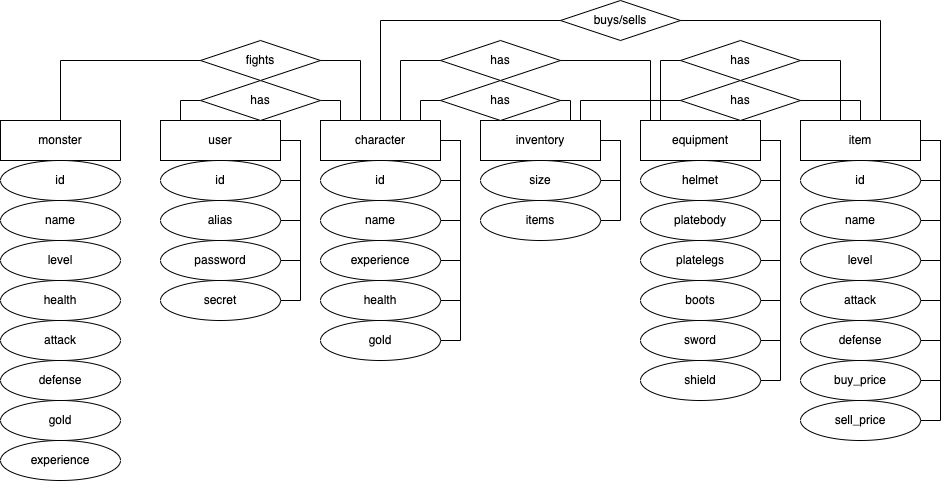
The draw.io diagram Softwaredesign-EntityRelationship.drawio.png in skotnikovda/simple-rpg-server, before a commit. Source tidied: cells renumbered, new cells last; positions are measured from the earlier drawing's top-left corner, leaving out a move shared by most shapes.
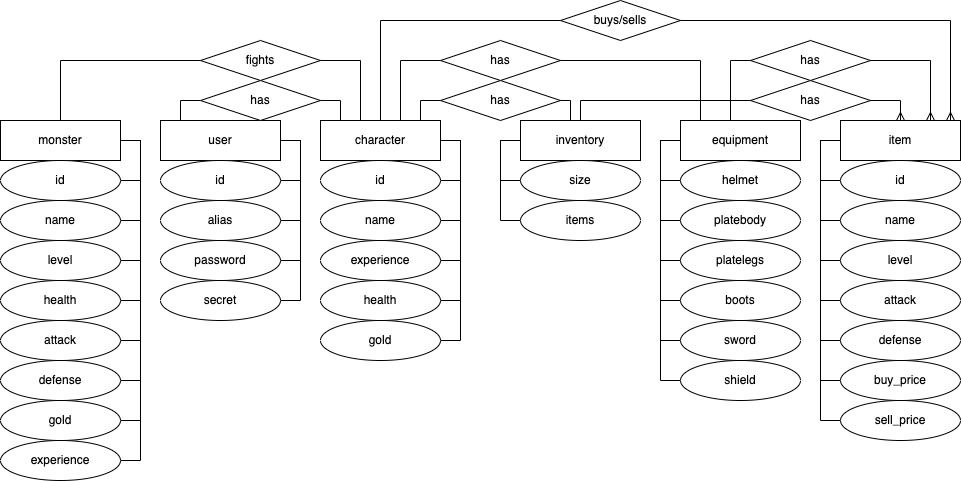
The same file after the commit.

Diff of the diagram source:
```diff
@@ -43,58 +43,58 @@
       <mxGeometry x="320" y="320" width="120" height="40" as="geometry" />
     </mxCell>
     <mxCell id="14" value="inventory" style="whiteSpace=wrap;html=1;align=center;" parent="1" vertex="1">
-      <mxGeometry x="480" y="120" width="120" height="40" as="geometry" />
+      <mxGeometry x="520" y="120" width="120" height="40" as="geometry" />
     </mxCell>
     <mxCell id="15" value="size" style="ellipse;whiteSpace=wrap;html=1;align=center;" parent="1" vertex="1">
-      <mxGeometry x="480" y="160" width="120" height="40" as="geometry" />
+      <mxGeometry x="520" y="160" width="120" height="40" as="geometry" />
     </mxCell>
     <mxCell id="16" value="items" style="ellipse;whiteSpace=wrap;html=1;align=center;" parent="1" vertex="1">
-      <mxGeometry x="480" y="200" width="120" height="40" as="geometry" />
+      <mxGeometry x="520" y="200" width="120" height="40" as="geometry" />
     </mxCell>
     <mxCell id="17" value="helmet" style="ellipse;whiteSpace=wrap;html=1;align=center;" parent="1" vertex="1">
-      <mxGeometry x="640" y="160" width="120" height="40" as="geometry" />
+      <mxGeometry x="680" y="160" width="120" height="40" as="geometry" />
     </mxCell>
     <mxCell id="18" value="equipment" style="whiteSpace=wrap;html=1;align=center;" parent="1" vertex="1">
-      <mxGeometry x="640" y="120" width="120" height="40" as="geometry" />
+      <mxGeometry x="680" y="120" width="120" height="40" as="geometry" />
     </mxCell>
     <mxCell id="19" value="platebody" style="ellipse;whiteSpace=wrap;html=1;align=center;" parent="1" vertex="1">
-      <mxGeometry x="640" y="200" width="120" height="40" as="geometry" />
+      <mxGeometry x="680" y="200" width="120" height="40" as="geometry" />
     </mxCell>
     <mxCell id="20" value="platelegs" style="ellipse;whiteSpace=wrap;html=1;align=center;" parent="1" vertex="1">
-      <mxGeometry x="640" y="240" width="120" height="40" as="geometry" />
+      <mxGeometry x="680" y="240" width="120" height="40" as="geometry" />
     </mxCell>
     <mxCell id="21" value="boots" style="ellipse;whiteSpace=wrap;html=1;align=center;" parent="1" vertex="1">
-      <mxGeometry x="640" y="280" width="120" height="40" as="geometry" />
+      <mxGeometry x="680" y="280" width="120" height="40" as="geometry" />
     </mxCell>
     <mxCell id="22" value="sword" style="ellipse;whiteSpace=wrap;html=1;align=center;" parent="1" vertex="1">
-      <mxGeometry x="640" y="320" width="120" height="40" as="geometry" />
+      <mxGeometry x="680" y="320" width="120" height="40" as="geometry" />
     </mxCell>
     <mxCell id="23" value="shield" style="ellipse;whiteSpace=wrap;html=1;align=center;" parent="1" vertex="1">
-      <mxGeometry x="640" y="360" width="120" height="40" as="geometry" />
+      <mxGeometry x="680" y="360" width="120" height="40" as="geometry" />
     </mxCell>
     <mxCell id="24" value="item" style="whiteSpace=wrap;html=1;align=center;" parent="1" vertex="1">
-      <mxGeometry x="800" y="120" width="120" height="40" as="geometry" />
+      <mxGeometry x="840" y="120" width="120" height="40" as="geometry" />
     </mxCell>
     <mxCell id="25" value="id" style="ellipse;whiteSpace=wrap;html=1;align=center;" parent="1" vertex="1">
-      <mxGeometry x="800" y="160" width="120" height="40" as="geometry" />
+      <mxGeometry x="840" y="160" width="120" height="40" as="geometry" />
     </mxCell>
     <mxCell id="26" value="name" style="ellipse;whiteSpace=wrap;html=1;align=center;" parent="1" vertex="1">
-      <mxGeometry x="800" y="200" width="120" height="40" as="geometry" />
+      <mxGeometry x="840" y="200" width="120" height="40" as="geometry" />
     </mxCell>
     <mxCell id="27" value="level" style="ellipse;whiteSpace=wrap;html=1;align=center;" parent="1" vertex="1">
-      <mxGeometry x="800" y="240" width="120" height="40" as="geometry" />
+      <mxGeometry x="840" y="240" width="120" height="40" as="geometry" />
     </mxCell>
     <mxCell id="28" value="attack" style="ellipse;whiteSpace=wrap;html=1;align=center;" parent="1" vertex="1">
-      <mxGeometry x="800" y="280" width="120" height="40" as="geometry" />
+      <mxGeometry x="840" y="280" width="120" height="40" as="geometry" />
     </mxCell>
     <mxCell id="29" value="defense" style="ellipse;whiteSpace=wrap;html=1;align=center;" parent="1" vertex="1">
-      <mxGeometry x="800" y="320" width="120" height="40" as="geometry" />
+      <mxGeometry x="840" y="320" width="120" height="40" as="geometry" />
     </mxCell>
     <mxCell id="30" value="buy_price" style="ellipse;whiteSpace=wrap;html=1;align=center;" parent="1" vertex="1">
-      <mxGeometry x="800" y="360" width="120" height="40" as="geometry" />
+      <mxGeometry x="840" y="360" width="120" height="40" as="geometry" />
     </mxCell>
     <mxCell id="31" value="sell_price" style="ellipse;whiteSpace=wrap;html=1;align=center;" parent="1" vertex="1">
-      <mxGeometry x="800" y="400" width="120" height="40" as="geometry" />
+      <mxGeometry x="840" y="400" width="120" height="40" as="geometry" />
     </mxCell>
     <mxCell id="32" value="monster" style="whiteSpace=wrap;html=1;align=center;" parent="1" vertex="1">
       <mxGeometry y="120" width="120" height="40" as="geometry" />
@@ -208,8 +208,8 @@
     <mxCell id="52" style="edgeStyle=orthogonalEdgeStyle;rounded=0;jettySize=auto;html=1;endArrow=none;endFill=0;" parent="1" edge="1" source="14" target="15">
       <mxGeometry relative="1" as="geometry">
         <Array as="points">
-          <mxPoint x="620" y="140" />
-          <mxPoint x="620" y="180" />
+          <mxPoint x="500" y="140" />
+          <mxPoint x="500" y="180" />
         </Array>
       </mxGeometry>
     </mxCell>
@@ -226,8 +226,8 @@
     <mxCell id="55" style="edgeStyle=orthogonalEdgeStyle;rounded=0;jettySize=auto;html=1;endArrow=none;endFill=0;" parent="1" edge="1" source="14" target="16">
       <mxGeometry relative="1" as="geometry">
         <Array as="points">
-          <mxPoint x="620" y="140" />
-          <mxPoint x="620" y="220" />
+          <mxPoint x="500" y="140" />
+          <mxPoint x="500" y="220" />
         </Array>
       </mxGeometry>
     </mxCell>
@@ -241,104 +241,104 @@
     <mxCell id="57" style="edgeStyle=orthogonalEdgeStyle;rounded=0;jettySize=auto;html=1;endArrow=none;endFill=0;" parent="1" edge="1" source="18" target="17">
       <mxGeometry relative="1" as="geometry">
         <Array as="points">
-          <mxPoint x="780" y="140" />
-          <mxPoint x="780" y="180" />
+          <mxPoint x="660" y="140" />
+          <mxPoint x="660" y="180" />
         </Array>
       </mxGeometry>
     </mxCell>
     <mxCell id="58" style="edgeStyle=orthogonalEdgeStyle;rounded=0;jettySize=auto;html=1;endArrow=none;endFill=0;" parent="1" edge="1" source="18" target="19">
       <mxGeometry relative="1" as="geometry">
         <Array as="points">
-          <mxPoint x="780" y="140" />
-          <mxPoint x="780" y="220" />
+          <mxPoint x="660" y="140" />
+          <mxPoint x="660" y="220" />
         </Array>
       </mxGeometry>
     </mxCell>
     <mxCell id="59" style="edgeStyle=orthogonalEdgeStyle;rounded=0;jettySize=auto;html=1;endArrow=none;endFill=0;" parent="1" edge="1" source="18" target="20">
       <mxGeometry relative="1" as="geometry">
         <Array as="points">
-          <mxPoint x="780" y="140" />
-          <mxPoint x="780" y="260" />
+          <mxPoint x="660" y="140" />
+          <mxPoint x="660" y="260" />
         </Array>
       </mxGeometry>
     </mxCell>
     <mxCell id="60" style="edgeStyle=orthogonalEdgeStyle;rounded=0;jettySize=auto;html=1;endArrow=none;endFill=0;" parent="1" edge="1" source="18" target="21">
       <mxGeometry relative="1" as="geometry">
         <Array as="points">
-          <mxPoint x="780" y="140" />
-          <mxPoint x="780" y="300" />
+          <mxPoint x="660" y="140" />
+          <mxPoint x="660" y="300" />
         </Array>
       </mxGeometry>
     </mxCell>
     <mxCell id="61" style="edgeStyle=orthogonalEdgeStyle;rounded=0;jettySize=auto;html=1;endArrow=none;endFill=0;" parent="1" edge="1" source="18" target="22">
       <mxGeometry relative="1" as="geometry">
         <Array as="points">
-          <mxPoint x="780" y="140" />
-          <mxPoint x="780" y="340" />
+          <mxPoint x="660" y="140" />
+          <mxPoint x="660" y="340" />
         </Array>
       </mxGeometry>
     </mxCell>
     <mxCell id="62" style="edgeStyle=orthogonalEdgeStyle;rounded=0;jettySize=auto;html=1;endArrow=none;endFill=0;" parent="1" edge="1" source="18" target="23">
       <mxGeometry relative="1" as="geometry">
         <Array as="points">
-          <mxPoint x="780" y="140" />
-          <mxPoint x="780" y="380" />
+          <mxPoint x="660" y="140" />
+          <mxPoint x="660" y="380" />
         </Array>
       </mxGeometry>
     </mxCell>
     <mxCell id="63" style="edgeStyle=orthogonalEdgeStyle;rounded=0;jettySize=auto;html=1;endArrow=none;endFill=0;" parent="1" edge="1" source="24" target="25">
       <mxGeometry relative="1" as="geometry">
         <Array as="points">
-          <mxPoint x="940" y="140" />
-          <mxPoint x="940" y="180" />
+          <mxPoint x="820" y="140" />
+          <mxPoint x="820" y="180" />
         </Array>
       </mxGeometry>
     </mxCell>
     <mxCell id="64" style="edgeStyle=orthogonalEdgeStyle;rounded=0;jettySize=auto;html=1;endArrow=none;endFill=0;" parent="1" edge="1" source="24" target="26">
       <mxGeometry relative="1" as="geometry">
         <Array as="points">
-          <mxPoint x="940" y="140" />
-          <mxPoint x="940" y="220" />
+          <mxPoint x="820" y="140" />
+          <mxPoint x="820" y="220" />
         </Array>
       </mxGeometry>
     </mxCell>
     <mxCell id="65" style="edgeStyle=orthogonalEdgeStyle;rounded=0;jettySize=auto;html=1;endArrow=none;endFill=0;" parent="1" edge="1" source="24" target="27">
       <mxGeometry relative="1" as="geometry">
         <Array as="points">
-          <mxPoint x="940" y="140" />
-          <mxPoint x="940" y="260" />
+          <mxPoint x="820" y="140" />
+          <mxPoint x="820" y="260" />
         </Array>
       </mxGeometry>
     </mxCell>
     <mxCell id="66" style="edgeStyle=orthogonalEdgeStyle;rounded=0;jettySize=auto;html=1;endArrow=none;endFill=0;" parent="1" edge="1" source="24" target="28">
       <mxGeometry relative="1" as="geometry">
         <Array as="points">
-          <mxPoint x="940" y="140" />
-          <mxPoint x="940" y="300" />
+          <mxPoint x="820" y="140" />
+          <mxPoint x="820" y="300" />
         </Array>
       </mxGeometry>
     </mxCell>
     <mxCell id="67" style="edgeStyle=orthogonalEdgeStyle;rounded=0;jettySize=auto;html=1;endArrow=none;endFill=0;" parent="1" edge="1" source="24" target="29">
       <mxGeometry relative="1" as="geometry">
         <Array as="points">
-          <mxPoint x="940" y="140" />
-          <mxPoint x="940" y="340" />
+          <mxPoint x="820" y="140" />
+          <mxPoint x="820" y="340" />
         </Array>
       </mxGeometry>
     </mxCell>
     <mxCell id="68" style="edgeStyle=orthogonalEdgeStyle;rounded=0;jettySize=auto;html=1;endArrow=none;endFill=0;" parent="1" edge="1" source="24" target="30">
       <mxGeometry relative="1" as="geometry">
         <Array as="points">
-          <mxPoint x="940" y="140" />
-          <mxPoint x="940" y="380" />
+          <mxPoint x="820" y="140" />
+          <mxPoint x="820" y="380" />
         </Array>
       </mxGeometry>
     </mxCell>
     <mxCell id="69" style="edgeStyle=orthogonalEdgeStyle;rounded=0;jettySize=auto;html=1;endArrow=none;endFill=0;" parent="1" edge="1" source="24" target="31">
       <mxGeometry relative="1" as="geometry">
         <Array as="points">
-          <mxPoint x="940" y="140" />
-          <mxPoint x="940" y="420" />
+          <mxPoint x="820" y="140" />
+          <mxPoint x="820" y="420" />
         </Array>
       </mxGeometry>
     </mxCell>
@@ -355,12 +355,12 @@
     <mxCell id="72" style="edgeStyle=orthogonalEdgeStyle;rounded=0;jettySize=auto;html=1;endArrow=none;endFill=0;" parent="1" edge="1" source="70" target="18">
       <mxGeometry relative="1" as="geometry">
         <Array as="points">
-          <mxPoint x="650" y="60" />
+          <mxPoint x="700" y="60" />
         </Array>
       </mxGeometry>
     </mxCell>
     <mxCell id="73" value="has" style="shape=rhombus;perimeter=rhombusPerimeter;whiteSpace=wrap;html=1;align=center;" parent="1" vertex="1">
-      <mxGeometry x="680" y="80" width="120" height="40" as="geometry" />
+      <mxGeometry x="750" y="80" width="120" height="40" as="geometry" />
     </mxCell>
     <mxCell id="74" style="edgeStyle=orthogonalEdgeStyle;rounded=0;jettySize=auto;html=1;endArrow=none;endFill=0;" parent="1" edge="1" source="73" target="14">
       <mxGeometry relative="1" as="geometry">
@@ -369,27 +369,27 @@
         </Array>
       </mxGeometry>
     </mxCell>
-    <mxCell id="75" style="edgeStyle=orthogonalEdgeStyle;rounded=0;jettySize=auto;html=1;endArrow=none;endFill=0;" parent="1" edge="1" source="73" target="24">
+    <mxCell id="75" style="edgeStyle=orthogonalEdgeStyle;rounded=0;jettySize=auto;html=1;endArrow=ERmany;endFill=0;" parent="1" edge="1" source="73" target="24">
       <mxGeometry relative="1" as="geometry">
         <Array as="points">
-          <mxPoint x="860" y="100" />
+          <mxPoint x="900" y="100" />
         </Array>
       </mxGeometry>
     </mxCell>
     <mxCell id="76" value="has" style="shape=rhombus;perimeter=rhombusPerimeter;whiteSpace=wrap;html=1;align=center;" parent="1" vertex="1">
-      <mxGeometry x="680" y="40" width="120" height="40" as="geometry" />
+      <mxGeometry x="750" y="40" width="120" height="40" as="geometry" />
     </mxCell>
     <mxCell id="77" style="edgeStyle=orthogonalEdgeStyle;rounded=0;jettySize=auto;html=1;endArrow=none;endFill=0;" parent="1" edge="1" source="76" target="18">
       <mxGeometry relative="1" as="geometry">
         <Array as="points">
-          <mxPoint x="660" y="60" />
+          <mxPoint x="730" y="60" />
         </Array>
       </mxGeometry>
     </mxCell>
-    <mxCell id="78" style="edgeStyle=orthogonalEdgeStyle;rounded=0;jettySize=auto;html=1;endArrow=none;endFill=0;" parent="1" edge="1" source="76" target="24">
+    <mxCell id="78" style="edgeStyle=orthogonalEdgeStyle;rounded=0;jettySize=auto;html=1;endArrow=ERmany;endFill=0;" parent="1" edge="1" source="76" target="24">
       <mxGeometry relative="1" as="geometry">
         <Array as="points">
-          <mxPoint x="840" y="60" />
+          <mxPoint x="930" y="60" />
         </Array>
       </mxGeometry>
     </mxCell>
@@ -403,10 +403,10 @@
         </Array>
       </mxGeometry>
     </mxCell>
-    <mxCell id="81" style="edgeStyle=orthogonalEdgeStyle;rounded=0;jettySize=auto;html=1;endArrow=none;endFill=0;" parent="1" edge="1" source="79" target="24">
+    <mxCell id="81" style="edgeStyle=orthogonalEdgeStyle;rounded=0;jettySize=auto;html=1;endArrow=ERmany;endFill=0;" parent="1" edge="1" source="79" target="24">
       <mxGeometry relative="1" as="geometry">
         <Array as="points">
-          <mxPoint x="880" y="20" />
+          <mxPoint x="950" y="20" />
         </Array>
       </mxGeometry>
     </mxCell>
@@ -427,5 +427,69 @@
         </Array>
       </mxGeometry>
     </mxCell>
+    <mxCell id="85" style="edgeStyle=orthogonalEdgeStyle;rounded=0;jettySize=auto;html=1;endArrow=none;endFill=0;" parent="1" edge="1" source="33" target="32">
+      <mxGeometry relative="1" as="geometry">
+        <Array as="points">
+          <mxPoint x="140" y="180" />
+          <mxPoint x="140" y="140" />
+        </Array>
+      </mxGeometry>
+    </mxCell>
+    <mxCell id="86" style="edgeStyle=orthogonalEdgeStyle;rounded=0;jettySize=auto;html=1;endArrow=none;endFill=0;" parent="1" edge="1" source="34" target="32">
+      <mxGeometry relative="1" as="geometry">
+        <Array as="points">
+          <mxPoint x="140" y="220" />
+          <mxPoint x="140" y="140" />
+        </Array>
+      </mxGeometry>
+    </mxCell>
+    <mxCell id="87" style="edgeStyle=orthogonalEdgeStyle;rounded=0;jettySize=auto;html=1;endArrow=none;endFill=0;" parent="1" edge="1" source="35" target="32">
+      <mxGeometry relative="1" as="geometry">
+        <Array as="points">
+          <mxPoint x="140" y="260" />
+          <mxPoint x="140" y="140" />
+        </Array>
+      </mxGeometry>
+    </mxCell>
+    <mxCell id="88" style="edgeStyle=orthogonalEdgeStyle;rounded=0;jettySize=auto;html=1;endArrow=none;endFill=0;" parent="1" edge="1" source="36" target="32">
+      <mxGeometry relative="1" as="geometry">
+        <Array as="points">
+          <mxPoint x="140" y="300" />
+          <mxPoint x="140" y="140" />
+        </Array>
+      </mxGeometry>
+    </mxCell>
+    <mxCell id="89" style="edgeStyle=orthogonalEdgeStyle;rounded=0;jettySize=auto;html=1;endArrow=none;endFill=0;" parent="1" edge="1" source="37" target="32">
+      <mxGeometry relative="1" as="geometry">
+        <Array as="points">
+          <mxPoint x="140" y="340" />
+          <mxPoint x="140" y="140" />
+        </Array>
+      </mxGeometry>
+    </mxCell>
+    <mxCell id="90" style="edgeStyle=orthogonalEdgeStyle;rounded=0;jettySize=auto;html=1;endArrow=none;endFill=0;" parent="1" edge="1" source="38" target="32">
+      <mxGeometry relative="1" as="geometry">
+        <Array as="points">
+          <mxPoint x="140" y="380" />
+          <mxPoint x="140" y="140" />
+        </Array>
+      </mxGeometry>
+    </mxCell>
+    <mxCell id="91" style="edgeStyle=orthogonalEdgeStyle;rounded=0;jettySize=auto;html=1;endArrow=none;endFill=0;" parent="1" edge="1" source="39" target="32">
+      <mxGeometry relative="1" as="geometry">
+        <Array as="points">
+          <mxPoint x="140" y="420" />
+          <mxPoint x="140" y="140" />
+        </Array>
+      </mxGeometry>
+    </mxCell>
+    <mxCell id="92" style="edgeStyle=orthogonalEdgeStyle;rounded=0;jettySize=auto;html=1;endArrow=none;endFill=0;" parent="1" edge="1" source="40" target="32">
+      <mxGeometry relative="1" as="geometry">
+        <Array as="points">
+          <mxPoint x="140" y="460" />
+          <mxPoint x="140" y="140" />
+        </Array>
+      </mxGeometry>
+    </mxCell>
   </root>
 </mxGraphModel>
```
